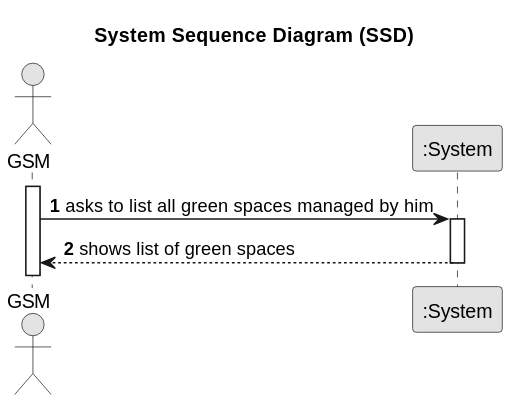
Before: docs/sprintC/us027/01.requirements-engineering/svg/us027-system-sequence-diagram.svg, a diagram exported from PlantUML (Departamento-de-Engenharia-Informatica/lei-24-s2-1do-g164).
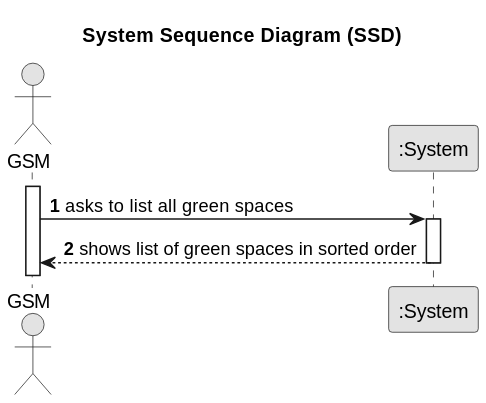
Later version of the same file.

Diff of the diagram source:
```diff
@@ -12,9 +12,9 @@
 
 activate GSM
 
-    GSM -> System : asks to list all green spaces managed by him
+    GSM -> System : asks to list all green spaces
     activate System
 
-        System --> GSM : shows list of green spaces
+        System --> GSM : shows list of green spaces in sorted order
     deactivate System
 @enduml
```
